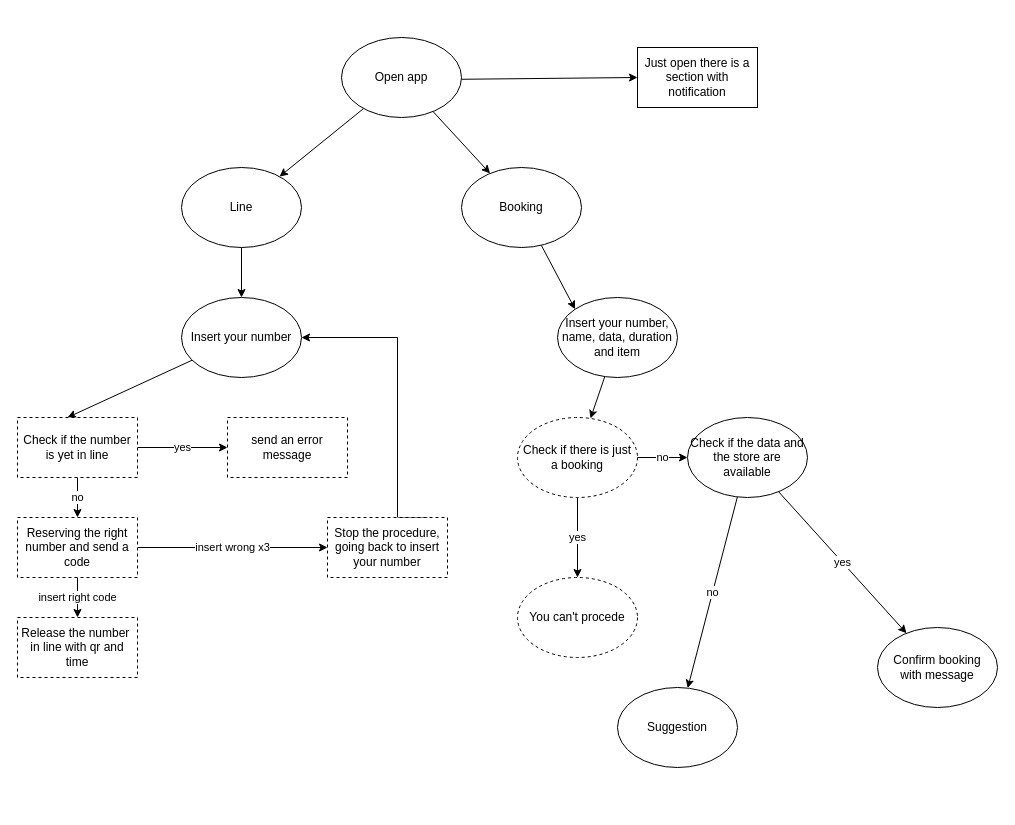
ilpaliuz/PagliaroliPaglianiMangano keeps this draw.io diagram as First idea of app.drawio. Above is the earlier version. Source tidied: cells renumbered, new cells numbered last; positions are measured from the earlier drawing's top-left corner, leaving out a move shared by most shapes. Both pictures are drawn from the tidied source at 100%, with x=0, y=0 at pixel (17, 37).
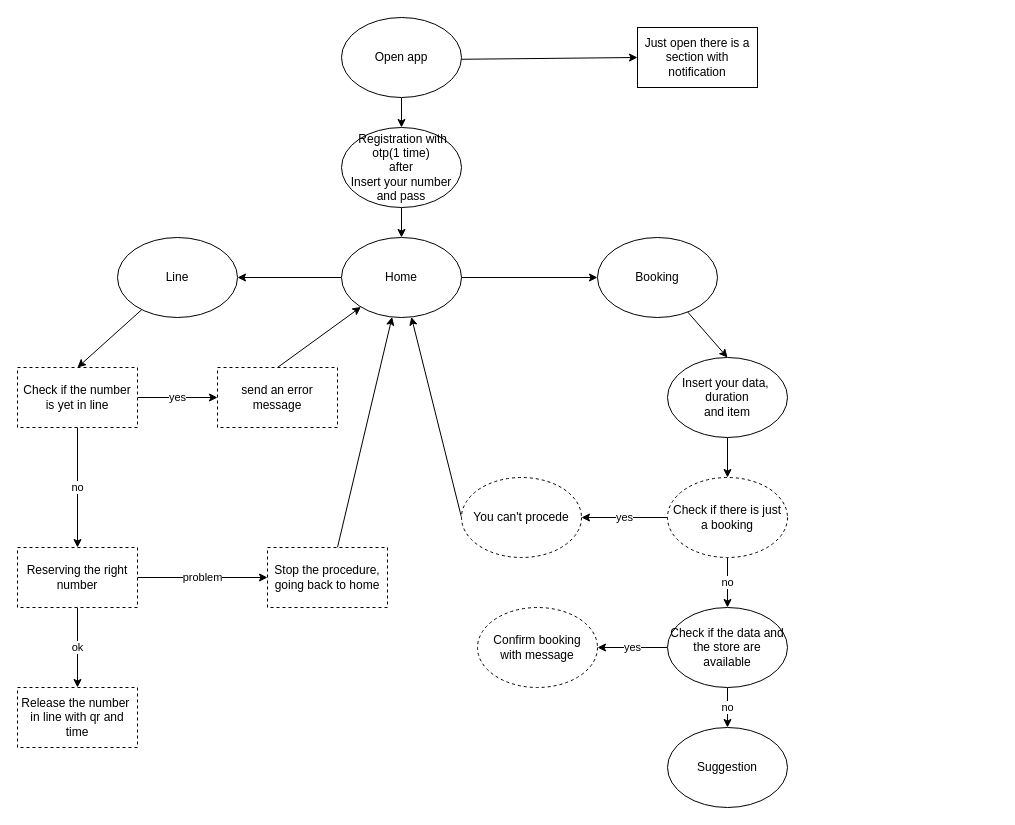
The same diagram, later.

Commit message (it also covers changes not shown here):
Various diagram

What changed in the source:
```diff
@@
-    <mxCell id="2" style="rounded=0;jettySize=auto;html=1;" parent="1" edge="1" source="5" target="7">
+    <mxCell id="2" style="rounded=0;jettySize=auto;html=1;entryX=0.5;entryY=0;entryDx=0;entryDy=0;" parent="1" edge="1" source="5" target="38">
       <mxGeometry relative="1" as="geometry" />
     </mxCell>
-    <mxCell id="3" style="edgeStyle=none;rounded=0;jettySize=auto;html=1;" parent="1" edge="1" source="5" target="9">
-      <mxGeometry relative="1" as="geometry" />
-    </mxCell>
@@
     <mxCell id="5" value="Open app" style="ellipse;whiteSpace=wrap;html=1;" parent="1" vertex="1">
-      <mxGeometry x="324" width="120" height="80" as="geometry" />
+      <mxGeometry x="324" y="-20" width="120" height="80" as="geometry" />
     </mxCell>
-    <mxCell id="6" style="edgeStyle=none;rounded=0;jettySize=auto;html=1;" parent="1" edge="1" source="7" target="11">
+    <mxCell id="6" style="edgeStyle=none;rounded=0;jettySize=auto;html=1;entryX=0.5;entryY=0;entryDx=0;entryDy=0;" parent="1" edge="1" source="7" target="14">
       <mxGeometry relative="1" as="geometry" />
     </mxCell>
     <mxCell id="7" value="Line" style="ellipse;whiteSpace=wrap;html=1;" parent="1" vertex="1">
-      <mxGeometry x="164" y="130" width="120" height="80" as="geometry" />
+      <mxGeometry x="100" y="200" width="120" height="80" as="geometry" />
     </mxCell>
-    <mxCell id="8" style="rounded=0;jettySize=auto;html=1;entryX=0;entryY=0;entryDx=0;entryDy=0;" parent="1" edge="1" source="9" target="23">
+    <mxCell id="8" style="rounded=0;jettySize=auto;html=1;entryX=0.5;entryY=0;entryDx=0;entryDy=0;" parent="1" edge="1" source="9" target="23">
       <mxGeometry relative="1" as="geometry" />
     </mxCell>
     <mxCell id="9" value="Booking" style="ellipse;whiteSpace=wrap;html=1;" parent="1" vertex="1">
-      <mxGeometry x="444" y="130" width="120" height="80" as="geometry" />
+      <mxGeometry x="580" y="200" width="120" height="80" as="geometry" />
     </mxCell>
-    <mxCell id="10" style="edgeStyle=none;rounded=0;jettySize=auto;html=1;" parent="1" edge="1" source="11">
-      <mxGeometry relative="1" as="geometry">
-        <mxPoint x="50" y="380" as="targetPoint" />
-      </mxGeometry>
-    </mxCell>
-    <mxCell id="11" value="Insert your number" style="ellipse;whiteSpace=wrap;html=1;" parent="1" vertex="1">
-      <mxGeometry x="164" y="260" width="120" height="80" as="geometry" />
-    </mxCell>
     <mxCell id="12" value="yes" style="edgeStyle=none;rounded=0;jettySize=auto;html=1;" parent="1" edge="1" source="14">
       <mxGeometry relative="1" as="geometry">
-        <mxPoint x="210" y="410" as="targetPoint" />
+        <mxPoint x="200" y="360" as="targetPoint" />
       </mxGeometry>
     </mxCell>
@@
     <mxCell id="14" value="Check if the number is yet in line" style="rounded=0;whiteSpace=wrap;html=1;dashed=1;" parent="1" vertex="1">
-      <mxGeometry y="380" width="120" height="60" as="geometry" />
+      <mxGeometry y="330" width="120" height="60" as="geometry" />
     </mxCell>
+    <mxCell id="35" style="edgeStyle=none;rounded=0;jettySize=auto;html=1;exitX=0.5;exitY=0;exitDx=0;exitDy=0;" parent="1" edge="1" source="15" target="41">
+      <mxGeometry relative="1" as="geometry" />
+    </mxCell>
     <mxCell id="15" value="send an error&lt;br&gt;message" style="rounded=0;whiteSpace=wrap;html=1;dashed=1;" parent="1" vertex="1">
-      <mxGeometry x="210" y="380" width="120" height="60" as="geometry" />
+      <mxGeometry x="200" y="330" width="120" height="60" as="geometry" />
     </mxCell>
-    <mxCell id="16" value="insert right code" style="edgeStyle=none;rounded=0;jettySize=auto;html=1;" parent="1" edge="1" source="18">
-      <mxGeometry relative="1" as="geometry">
-        <mxPoint x="60" y="580" as="targetPoint" />
-      </mxGeometry>
+    <mxCell id="16" value="ok" style="edgeStyle=none;rounded=0;jettySize=auto;html=1;" parent="1" edge="1" source="18" target="19">
+      <mxGeometry relative="1" as="geometry" />
     </mxCell>
-    <mxCell id="17" value="insert wrong x3" style="edgeStyle=none;rounded=0;jettySize=auto;html=1;exitX=1;exitY=0.5;exitDx=0;exitDy=0;entryX=0;entryY=0.5;entryDx=0;entryDy=0;" parent="1" edge="1" source="18" target="21">
+    <mxCell id="17" value="problem" style="edgeStyle=none;rounded=0;jettySize=auto;html=1;exitX=1;exitY=0.5;exitDx=0;exitDy=0;entryX=0;entryY=0.5;entryDx=0;entryDy=0;" parent="1" edge="1" source="18" target="21">
       <mxGeometry relative="1" as="geometry" />
     </mxCell>
-    <mxCell id="18" value="Reserving the right number and send a code" style="rounded=0;whiteSpace=wrap;html=1;dashed=1;" parent="1" vertex="1">
-      <mxGeometry y="480" width="120" height="60" as="geometry" />
+    <mxCell id="18" value="Reserving the right number" style="rounded=0;whiteSpace=wrap;html=1;dashed=1;" parent="1" vertex="1">
+      <mxGeometry y="510" width="120" height="60" as="geometry" />
     </mxCell>
     <mxCell id="19" value="Release the number&amp;nbsp;&lt;br&gt;in line with qr and time" style="rounded=0;whiteSpace=wrap;html=1;dashed=1;" parent="1" vertex="1">
-      <mxGeometry y="580" width="120" height="60" as="geometry" />
+      <mxGeometry y="650" width="120" height="60" as="geometry" />
     </mxCell>
-    <mxCell id="20" style="edgeStyle=orthogonalEdgeStyle;rounded=0;jettySize=auto;html=1;" parent="1" edge="1" target="11">
-      <mxGeometry relative="1" as="geometry">
-        <mxPoint x="410" y="480" as="sourcePoint" />
-        <Array as="points">
-          <mxPoint x="380" y="480" />
-          <mxPoint x="380" y="300" />
-        </Array>
-      </mxGeometry>
+    <mxCell id="20" style="rounded=0;jettySize=auto;html=1;exitX=0.583;exitY=0;exitDx=0;exitDy=0;exitPerimeter=0;" parent="1" edge="1" source="21" target="41">
+      <mxGeometry relative="1" as="geometry" />
     </mxCell>
-    <mxCell id="21" value="Stop the procedure,&lt;br&gt;going back to insert your number" style="rounded=0;whiteSpace=wrap;html=1;dashed=1;" parent="1" vertex="1">
-      <mxGeometry x="310" y="480" width="120" height="60" as="geometry" />
+    <mxCell id="21" value="Stop the procedure,&lt;br&gt;going back to home" style="rounded=0;whiteSpace=wrap;html=1;dashed=1;" parent="1" vertex="1">
+      <mxGeometry x="250" y="510" width="120" height="60" as="geometry" />
     </mxCell>
@@
-    <mxCell id="23" value="Insert your number,&lt;br&gt;name, data, duration&lt;br&gt;and item" style="ellipse;whiteSpace=wrap;html=1;" parent="1" vertex="1">
-      <mxGeometry x="540" y="260" width="120" height="80" as="geometry" />
+    <mxCell id="23" value="Insert your data,&amp;nbsp;&lt;br&gt;duration&lt;br&gt;and item" style="ellipse;whiteSpace=wrap;html=1;" parent="1" vertex="1">
+      <mxGeometry x="650" y="320" width="120" height="80" as="geometry" />
     </mxCell>
-    <mxCell id="24" value="yes" style="edgeStyle=none;rounded=0;jettySize=auto;html=1;" parent="1" edge="1" source="26">
-      <mxGeometry relative="1" as="geometry">
-        <mxPoint x="560" y="540" as="targetPoint" />
-      </mxGeometry>
+    <mxCell id="24" value="yes" style="edgeStyle=none;rounded=0;jettySize=auto;html=1;entryX=1;entryY=0.5;entryDx=0;entryDy=0;" parent="1" edge="1" source="26" target="28">
+      <mxGeometry relative="1" as="geometry" />
     </mxCell>
@@
     <mxCell id="26" value="Check if there is just&lt;br&gt;a booking" style="ellipse;whiteSpace=wrap;html=1;dashed=1;" parent="1" vertex="1">
-      <mxGeometry x="500" y="380" width="120" height="80" as="geometry" />
+      <mxGeometry x="650" y="440" width="120" height="80" as="geometry" />
     </mxCell>
@@
+    <mxCell id="36" style="edgeStyle=none;rounded=0;jettySize=auto;html=1;exitX=0;exitY=0.5;exitDx=0;exitDy=0;" parent="1" edge="1" source="28" target="41">
+      <mxGeometry relative="1" as="geometry" />
+    </mxCell>
     <mxCell id="28" value="You can't procede" style="ellipse;whiteSpace=wrap;html=1;dashed=1;" parent="1" vertex="1">
-      <mxGeometry x="500" y="540" width="120" height="80" as="geometry" />
+      <mxGeometry x="444" y="440" width="120" height="80" as="geometry" />
     </mxCell>
@@
     <mxCell id="31" value="Check if the data and&lt;br&gt;the store are available" style="ellipse;whiteSpace=wrap;html=1;" parent="1" vertex="1">
-      <mxGeometry x="670" y="380" width="120" height="80" as="geometry" />
+      <mxGeometry x="650" y="570" width="120" height="80" as="geometry" />
     </mxCell>
-    <mxCell id="32" value="Confirm booking&lt;br&gt;with message" style="ellipse;whiteSpace=wrap;html=1;" parent="1" vertex="1">
-      <mxGeometry x="860" y="590" width="120" height="80" as="geometry" />
+    <mxCell id="32" value="Confirm booking&lt;br&gt;with message" style="ellipse;whiteSpace=wrap;html=1;dashed=1;" parent="1" vertex="1">
+      <mxGeometry x="460" y="570" width="120" height="80" as="geometry" />
     </mxCell>
     <mxCell id="33" value="Suggestion" style="ellipse;whiteSpace=wrap;html=1;" parent="1" vertex="1">
-      <mxGeometry x="600" y="650" width="120" height="80" as="geometry" />
+      <mxGeometry x="650" y="690" width="120" height="80" as="geometry" />
     </mxCell>
     <mxCell id="34" value="Just open there is a section with notification" style="rounded=0;whiteSpace=wrap;html=1;" parent="1" vertex="1">
-      <mxGeometry x="620" y="10" width="120" height="60" as="geometry" />
+      <mxGeometry x="620" y="-10" width="120" height="60" as="geometry" />
     </mxCell>
+    <mxCell id="37" style="edgeStyle=none;rounded=0;jettySize=auto;html=1;exitX=0.5;exitY=1;exitDx=0;exitDy=0;entryX=0.5;entryY=0;entryDx=0;entryDy=0;" parent="1" edge="1" source="38" target="41">
+      <mxGeometry relative="1" as="geometry" />
+    </mxCell>
+    <mxCell id="38" value="&amp;nbsp;Registration with otp(1 time)&lt;br&gt;after&lt;br&gt;Insert your number&lt;br&gt;and pass" style="ellipse;whiteSpace=wrap;html=1;" parent="1" vertex="1">
+      <mxGeometry x="324" y="90" width="120" height="80" as="geometry" />
+    </mxCell>
+    <mxCell id="39" style="edgeStyle=none;rounded=0;jettySize=auto;html=1;exitX=1;exitY=0.5;exitDx=0;exitDy=0;" parent="1" edge="1" source="41" target="9">
+      <mxGeometry relative="1" as="geometry" />
+    </mxCell>
+    <mxCell id="40" style="edgeStyle=none;rounded=0;jettySize=auto;html=1;exitX=0;exitY=0.5;exitDx=0;exitDy=0;" parent="1" edge="1" source="41" target="7">
+      <mxGeometry relative="1" as="geometry" />
+    </mxCell>
+    <mxCell id="41" value="Home" style="ellipse;whiteSpace=wrap;html=1;" parent="1" vertex="1">
+      <mxGeometry x="324" y="200" width="120" height="80" as="geometry" />
+    </mxCell>
```
